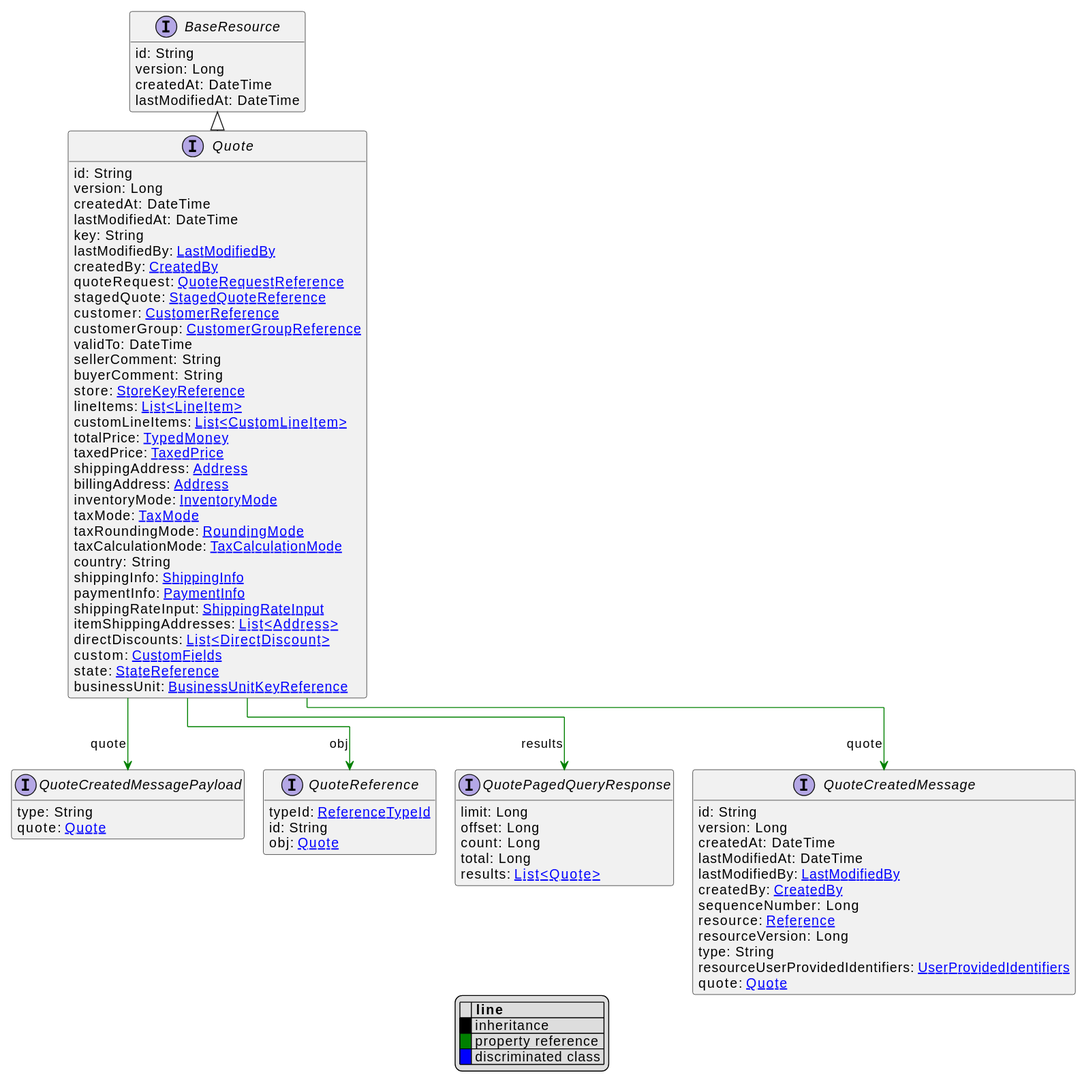
The PlantUML diagram uml/api/svg/Quote.svg in commercetools/commercetools-api-reference, before a commit. Its diagram source:
```plantuml
@startuml
!pragma layout elk
hide empty fields
hide empty methods
legend
|= |= line |
|<back:black>   </back>| inheritance |
|<back:green>   </back>| property reference |
|<back:blue>   </back>| discriminated class |
endlegend
interface Quote [[Quote.svg]] extends BaseResource {
    id: String
    version: Long
    createdAt: DateTime
    lastModifiedAt: DateTime
    key: String
    lastModifiedBy: [[LastModifiedBy.svg LastModifiedBy]]
    createdBy: [[CreatedBy.svg CreatedBy]]
    quoteRequest: [[QuoteRequestReference.svg QuoteRequestReference]]
    stagedQuote: [[StagedQuoteReference.svg StagedQuoteReference]]
    customer: [[CustomerReference.svg CustomerReference]]
    customerGroup: [[CustomerGroupReference.svg CustomerGroupReference]]
    validTo: DateTime
    sellerComment: String
    buyerComment: String
    store: [[StoreKeyReference.svg StoreKeyReference]]
    lineItems: [[LineItem.svg List<LineItem>]]
    customLineItems: [[CustomLineItem.svg List<CustomLineItem>]]
    totalPrice: [[TypedMoney.svg TypedMoney]]
    taxedPrice: [[TaxedPrice.svg TaxedPrice]]
    shippingAddress: [[Address.svg Address]]
    billingAddress: [[Address.svg Address]]
    inventoryMode: [[InventoryMode.svg InventoryMode]]
    taxMode: [[TaxMode.svg TaxMode]]
    taxRoundingMode: [[RoundingMode.svg RoundingMode]]
    taxCalculationMode: [[TaxCalculationMode.svg TaxCalculationMode]]
    country: String
    shippingInfo: [[ShippingInfo.svg ShippingInfo]]
    paymentInfo: [[PaymentInfo.svg PaymentInfo]]
    shippingRateInput: [[ShippingRateInput.svg ShippingRateInput]]
    itemShippingAddresses: [[Address.svg List<Address>]]
    directDiscounts: [[DirectDiscount.svg List<DirectDiscount>]]
    custom: [[CustomFields.svg CustomFields]]
    state: [[StateReference.svg StateReference]]
    businessUnit: [[BusinessUnitKeyReference.svg BusinessUnitKeyReference]]
}
interface BaseResource [[BaseResource.svg]]  {
    id: String
    version: Long
    createdAt: DateTime
    lastModifiedAt: DateTime
}


interface QuotePagedQueryResponse [[QuotePagedQueryResponse.svg]]  {
    limit: Long
    offset: Long
    count: Long
    total: Long
    results: [[Quote.svg List<Quote>]]
}
interface QuoteCreatedMessage [[QuoteCreatedMessage.svg]]  {
    id: String
    version: Long
    createdAt: DateTime
    lastModifiedAt: DateTime
    lastModifiedBy: [[LastModifiedBy.svg LastModifiedBy]]
    createdBy: [[CreatedBy.svg CreatedBy]]
    sequenceNumber: Long
    resource: [[Reference.svg Reference]]
    resourceVersion: Long
    type: String
    resourceUserProvidedIdentifiers: [[UserProvidedIdentifiers.svg UserProvidedIdentifiers]]
    quote: [[Quote.svg Quote]]
}
interface QuoteCreatedMessagePayload [[QuoteCreatedMessagePayload.svg]]  {
    type: String
    quote: [[Quote.svg Quote]]
}
interface QuoteReference [[QuoteReference.svg]]  {
    typeId: [[ReferenceTypeId.svg ReferenceTypeId]]
    id: String
    obj: [[Quote.svg Quote]]
}

Quote --> QuotePagedQueryResponse #green;text:green : "results"
Quote --> QuoteCreatedMessage #green;text:green : "quote"
Quote --> QuoteCreatedMessagePayload #green;text:green : "quote"
Quote --> QuoteReference #green;text:green : "obj"
@enduml
```
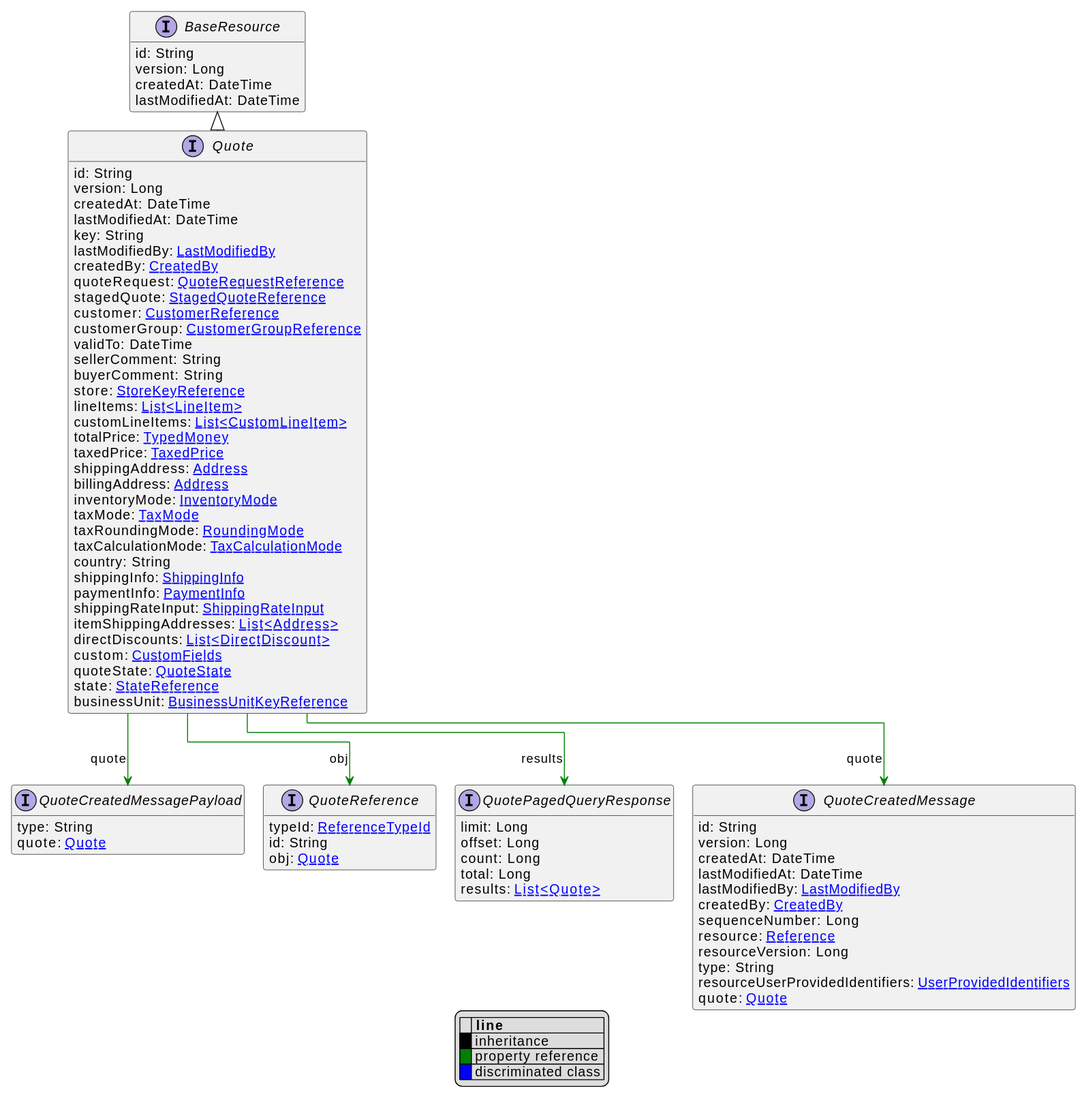
The same diagram one commit later.

The edit, as a diff of the source:
```diff
@@ -41,6 +41,7 @@
     itemShippingAddresses: [[Address.svg List<Address>]]
     directDiscounts: [[DirectDiscount.svg List<DirectDiscount>]]
     custom: [[CustomFields.svg CustomFields]]
+    quoteState: [[QuoteState.svg QuoteState]]
     state: [[StateReference.svg StateReference]]
     businessUnit: [[BusinessUnitKeyReference.svg BusinessUnitKeyReference]]
 }
```
